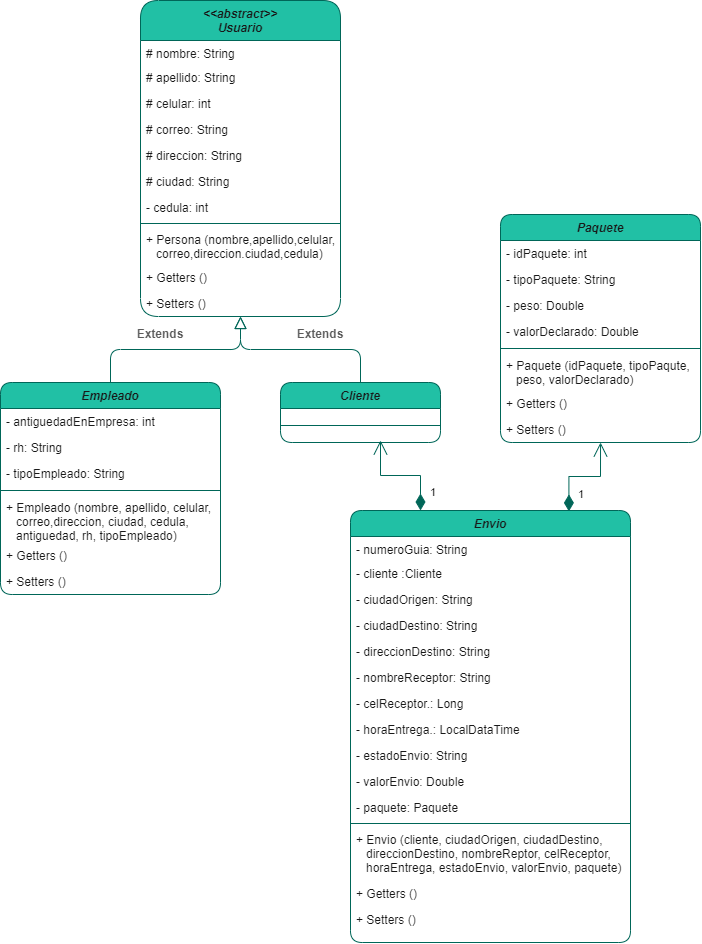
Before: Diagrama-proyectoIntegrador.drawio.png, a diagram exported from draw.io (Pipe1098/ProyectoIntegrador). Source tidied: cells renumbered, new cells last; positions are measured from the earlier drawing's top-left corner, leaving out a move shared by most shapes.
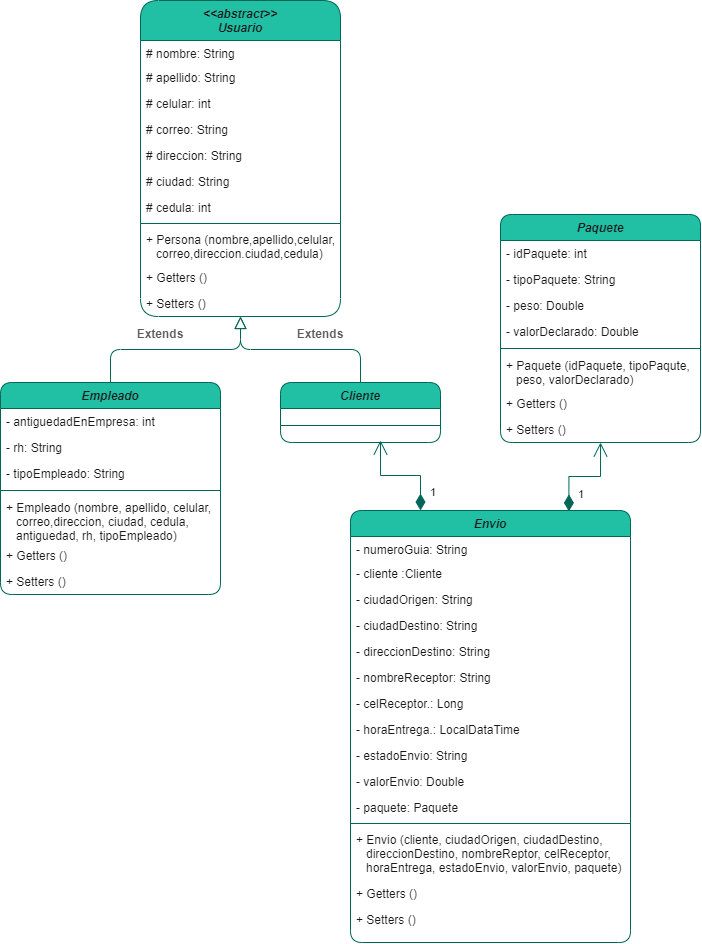
The same diagram one commit later.

Commit message:
modificacion UML

Diff of the diagram source:
```diff
@@ -23,7 +23,7 @@
     <mxCell id="8" value="# ciudad: String" style="text;align=left;verticalAlign=top;spacingLeft=4;spacingRight=4;overflow=hidden;rounded=1;labelBackgroundColor=default;fontColor=#191919;" parent="2" vertex="1">
       <mxGeometry y="168" width="200" height="26" as="geometry" />
     </mxCell>
-    <mxCell id="9" value="- cedula: int" style="text;align=left;verticalAlign=top;spacingLeft=4;spacingRight=4;overflow=hidden;rounded=1;labelBackgroundColor=default;fontColor=#191919;" parent="2" vertex="1">
+    <mxCell id="9" value="# cedula: int" style="text;align=left;verticalAlign=top;spacingLeft=4;spacingRight=4;overflow=hidden;rounded=1;labelBackgroundColor=default;fontColor=#191919;" parent="2" vertex="1">
       <mxGeometry y="194" width="200" height="26" as="geometry" />
     </mxCell>
     <mxCell id="10" style="line;html=1;strokeWidth=1;align=left;verticalAlign=middle;spacingTop=-1;spacingLeft=3;spacingRight=3;labelPosition=right;rounded=1;labelBackgroundColor=none;fillColor=#21C0A5;strokeColor=#006658;fontColor=#5C5C5C;" parent="2" vertex="1">
```
